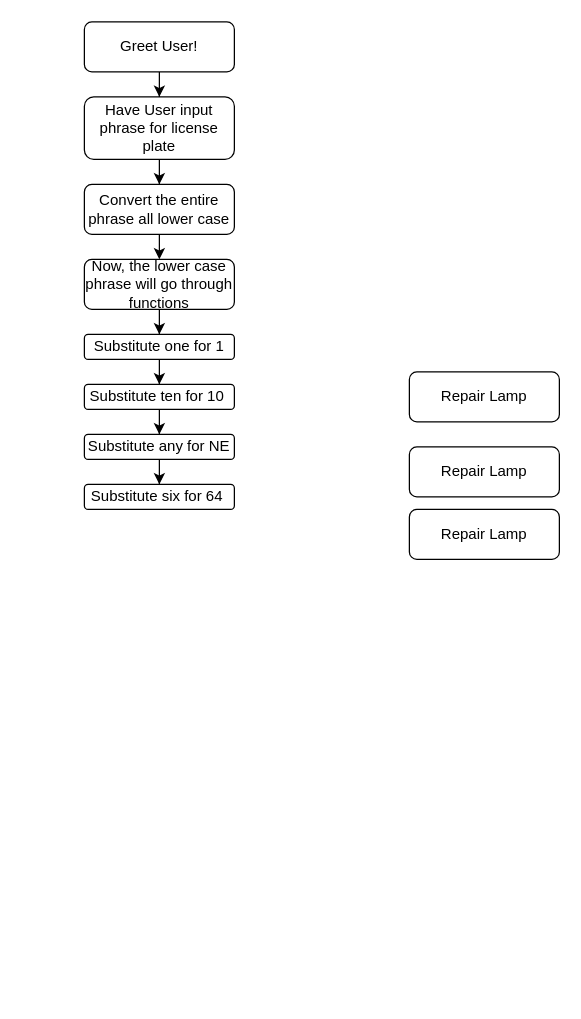
This is Program_2_Flowchart.drawio from JLanez/Complete-Python-3-Bootcamp, a draw.io file, before an edit. Source tidied: cells renumbered, new cells numbered last; positions are measured from the earlier drawing's top-left corner, leaving out a move shared by most shapes. Both pictures are drawn from the tidied source at 125%, with x=0, y=0 at pixel (84, 21).
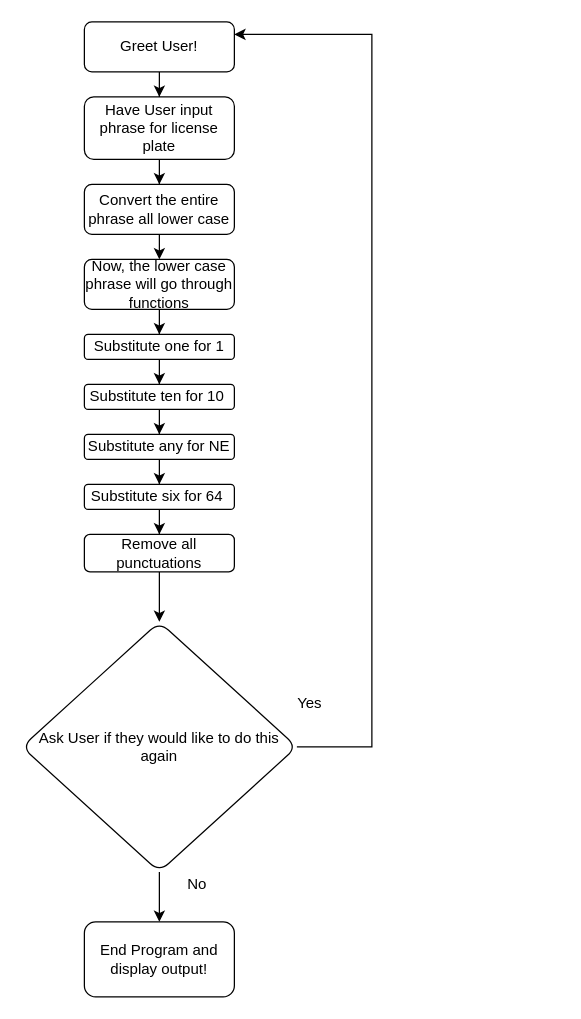
The same page after the edit.

The change refers to these unchanged cells:
```xml
<mxCell id="3" value="Greet User!" style="rounded=1;whiteSpace=wrap;html=1;fontSize=12;glass=0;strokeWidth=1;shadow=0;" parent="1" vertex="1">
  <mxGeometry width="120" height="40" as="geometry" />
</mxCell>
<mxCell id="14" value="Substitute six for 64&amp;nbsp;" style="rounded=1;whiteSpace=wrap;html=1;fontSize=12;glass=0;strokeWidth=1;shadow=0;" parent="1" vertex="1">
  <mxGeometry y="370" width="120" height="20" as="geometry" />
</mxCell>
```

Diff of the diagram source:
```diff
@@
-    <mxCell id="12" value="Repair Lamp" style="rounded=1;whiteSpace=wrap;html=1;fontSize=12;glass=0;strokeWidth=1;shadow=0;" parent="1" vertex="1">
-      <mxGeometry x="260" y="390" width="120" height="40" as="geometry" />
-    </mxCell>
+    <mxCell id="20" style="edgeStyle=orthogonalEdgeStyle;rounded=0;jettySize=auto;html=1;" parent="1" edge="1" source="13" target="24">
+      <mxGeometry relative="1" as="geometry" />
+    </mxCell>
-    <mxCell id="13" value="Repair Lamp" style="rounded=1;whiteSpace=wrap;html=1;fontSize=12;glass=0;strokeWidth=1;shadow=0;" parent="1" vertex="1">
-      <mxGeometry x="260" y="280" width="120" height="40" as="geometry" />
+    <mxCell id="13" value="Remove all punctuations" style="rounded=1;whiteSpace=wrap;html=1;fontSize=12;glass=0;strokeWidth=1;shadow=0;" parent="1" vertex="1">
+      <mxGeometry y="410" width="120" height="30" as="geometry" />
     </mxCell>
+    <mxCell id="21" style="edgeStyle=orthogonalEdgeStyle;rounded=0;jettySize=auto;html=1;" parent="1" edge="1" source="14" target="13">
+      <mxGeometry relative="1" as="geometry" />
+    </mxCell>
@@
-    <mxCell id="15" value="Repair Lamp" style="rounded=1;whiteSpace=wrap;html=1;fontSize=12;glass=0;strokeWidth=1;shadow=0;" parent="1" vertex="1">
-      <mxGeometry x="260" y="340" width="120" height="40" as="geometry" />
-    </mxCell>
@@
+    <mxCell id="22" style="edgeStyle=orthogonalEdgeStyle;rounded=0;jettySize=auto;html=1;" parent="1" edge="1" source="24" target="25">
+      <mxGeometry relative="1" as="geometry" />
+    </mxCell>
+    <mxCell id="23" style="edgeStyle=orthogonalEdgeStyle;rounded=0;jettySize=auto;html=1;entryX=1;entryY=0.25;entryDx=0;entryDy=0;" parent="1" edge="1" source="24" target="3">
+      <mxGeometry relative="1" as="geometry">
+        <Array as="points">
+          <mxPoint x="230" y="580" />
+          <mxPoint x="230" y="10" />
+        </Array>
+      </mxGeometry>
+    </mxCell>
+    <mxCell id="24" value="Ask User if they would like to do this again" style="rhombus;whiteSpace=wrap;html=1;rounded=1;glass=0;strokeWidth=1;shadow=0;" parent="1" vertex="1">
+      <mxGeometry x="-50" y="480" width="220" height="200" as="geometry" />
+    </mxCell>
+    <mxCell id="25" value="End Program and display output!" style="whiteSpace=wrap;html=1;rounded=1;glass=0;strokeWidth=1;shadow=0;" parent="1" vertex="1">
+      <mxGeometry y="720" width="120" height="60" as="geometry" />
+    </mxCell>
+    <mxCell id="26" value="Yes" style="text;html=1;align=center;verticalAlign=middle;strokeColor=none;fillColor=none;" parent="1" vertex="1">
+      <mxGeometry x="160" y="530" width="40" height="30" as="geometry" />
+    </mxCell>
+    <mxCell id="27" value="No" style="text;html=1;align=center;verticalAlign=middle;strokeColor=none;fillColor=none;" parent="1" vertex="1">
+      <mxGeometry x="70" y="675" width="40" height="30" as="geometry" />
+    </mxCell>
```
